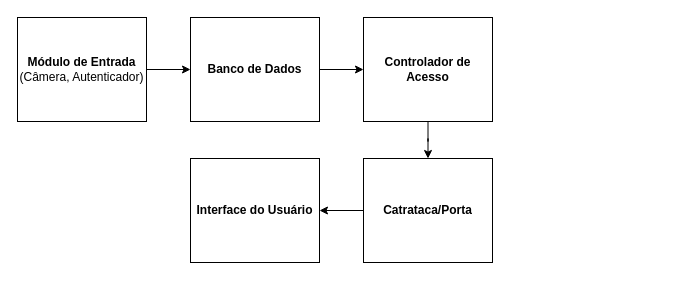
Above: projetos/sistema-controle-de-acesso/images/Diagrama_acesso.drawio in teaching-FEEC/ea075-2024.1 (draw.io), before the change. Source tidied: cells renumbered, new cells numbered last; positions are measured from the earlier drawing's top-left corner, leaving out a move shared by most shapes. Both pictures are drawn from the tidied source at 100%, with x=0, y=0 at pixel (17, 17).
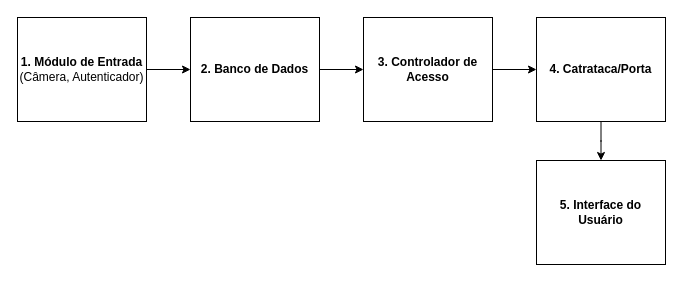
The same page after the edit.

The edit, as a diff of the source:
```diff
@@
 <mxGraphModel>
   <root>
     <mxCell id="0" />
     <mxCell id="1" parent="0" />
     <mxCell id="2" style="edgeStyle=orthogonalEdgeStyle;rounded=0;jettySize=auto;html=1;" parent="1" edge="1" source="3" target="7">
       <mxGeometry relative="1" as="geometry" />
     </mxCell>
-    <mxCell id="3" value="&lt;div&gt;&lt;b&gt;Banco de Dados&lt;/b&gt;&lt;/div&gt;" style="rounded=0;whiteSpace=wrap;html=1;" parent="1" vertex="1">
+    <mxCell id="3" value="&lt;div&gt;&lt;b&gt;2. Banco de Dados&lt;/b&gt;&lt;/div&gt;" style="rounded=0;whiteSpace=wrap;html=1;" parent="1" vertex="1">
       <mxGeometry x="173" width="129" height="104" as="geometry" />
     </mxCell>
     <mxCell id="4" style="edgeStyle=orthogonalEdgeStyle;rounded=0;jettySize=auto;html=1;" parent="1" edge="1" source="5" target="3">
       <mxGeometry relative="1" as="geometry" />
     </mxCell>
-    <mxCell id="5" value="&lt;div&gt;&lt;b&gt;Módulo de Entrada&lt;br&gt;&lt;/b&gt;&lt;/div&gt;&lt;div&gt;(Câmera, Autenticador)&lt;/div&gt;" style="rounded=0;whiteSpace=wrap;html=1;" parent="1" vertex="1">
+    <mxCell id="5" value="&lt;div&gt;&lt;b&gt;1. Módulo de Entrada&lt;br&gt;&lt;/b&gt;&lt;/div&gt;&lt;div&gt;(Câmera, Autenticador)&lt;/div&gt;" style="rounded=0;whiteSpace=wrap;html=1;" parent="1" vertex="1">
       <mxGeometry width="129" height="104" as="geometry" />
     </mxCell>
     <mxCell id="6" style="edgeStyle=orthogonalEdgeStyle;rounded=0;jettySize=auto;html=1;" parent="1" edge="1" source="7" target="9">
       <mxGeometry relative="1" as="geometry" />
     </mxCell>
-    <mxCell id="7" value="&lt;div&gt;&lt;b&gt;Controlador de Acesso&lt;/b&gt;&lt;/div&gt;" style="rounded=0;whiteSpace=wrap;html=1;" parent="1" vertex="1">
+    <mxCell id="7" value="&lt;div&gt;&lt;b&gt;3. Controlador de Acesso&lt;/b&gt;&lt;/div&gt;" style="rounded=0;whiteSpace=wrap;html=1;" parent="1" vertex="1">
       <mxGeometry x="346" width="129" height="104" as="geometry" />
     </mxCell>
     <mxCell id="8" style="edgeStyle=orthogonalEdgeStyle;rounded=0;jettySize=auto;html=1;" parent="1" edge="1" source="9" target="10">
       <mxGeometry relative="1" as="geometry" />
     </mxCell>
-    <mxCell id="9" value="&lt;div&gt;&lt;b&gt;Catrataca/Porta&lt;/b&gt;&lt;/div&gt;" style="rounded=0;whiteSpace=wrap;html=1;" parent="1" vertex="1">
-      <mxGeometry x="346" y="141" width="129" height="104" as="geometry" />
+    <mxCell id="9" value="&lt;div&gt;&lt;b&gt;4. Catrataca/Porta&lt;/b&gt;&lt;/div&gt;" style="rounded=0;whiteSpace=wrap;html=1;" parent="1" vertex="1">
+      <mxGeometry x="519" width="129" height="104" as="geometry" />
     </mxCell>
-    <mxCell id="10" value="&lt;div&gt;&lt;b&gt;Interface do Usuário&lt;/b&gt;&lt;/div&gt;" style="rounded=0;whiteSpace=wrap;html=1;" parent="1" vertex="1">
-      <mxGeometry x="173" y="141" width="129" height="104" as="geometry" />
+    <mxCell id="10" value="&lt;div&gt;&lt;b&gt;5. Interface do Usuário&lt;/b&gt;&lt;/div&gt;" style="rounded=0;whiteSpace=wrap;html=1;" parent="1" vertex="1">
+      <mxGeometry x="519" y="143" width="129" height="104" as="geometry" />
     </mxCell>
   </root>
 </mxGraphModel>
```
